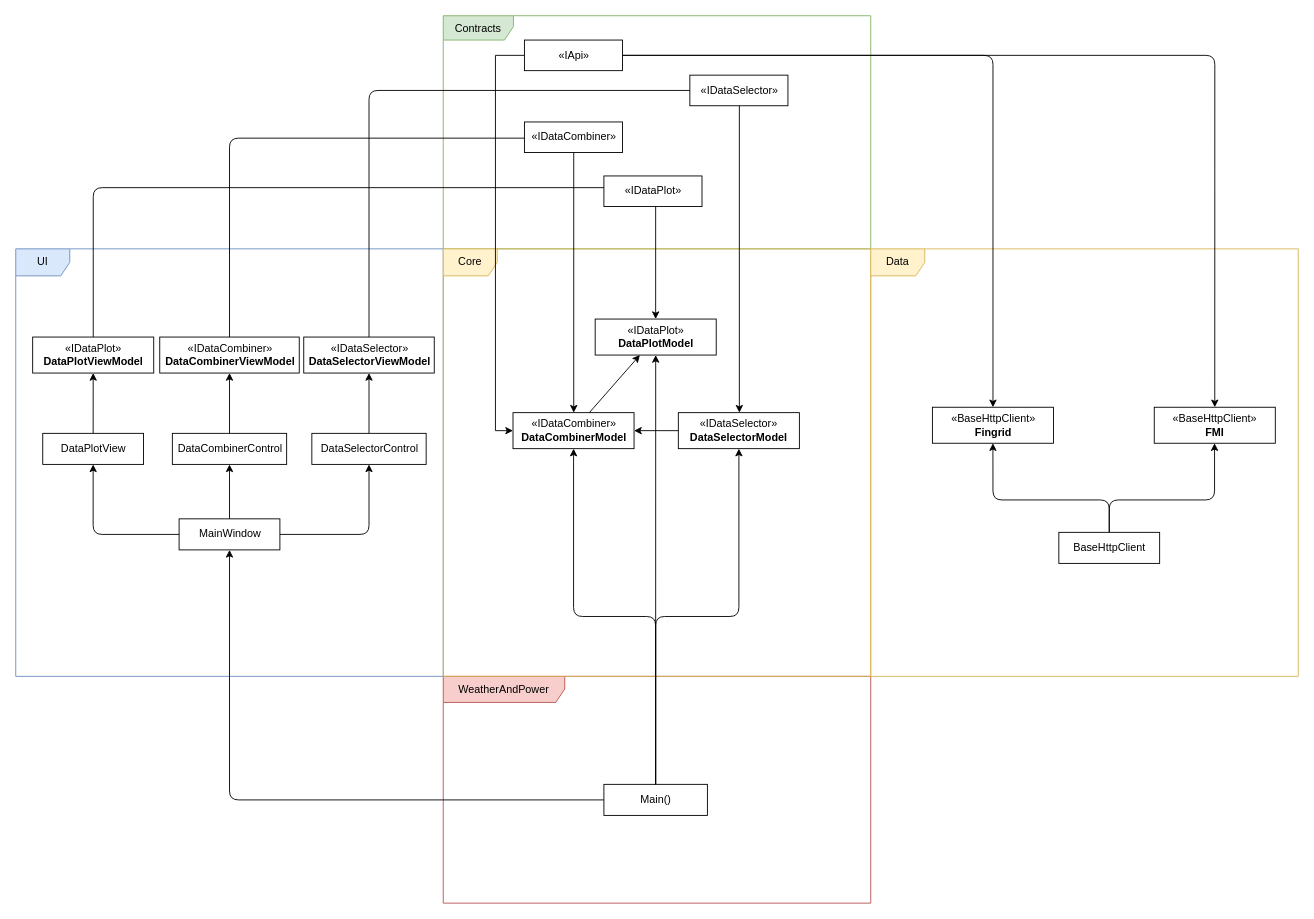
This is page "Page-2" (2 of 3) of WeatherAndPower/Documentation/diagrams.drawio from junjung929/WeatherAndPower, a draw.io file, before an edit. Source tidied: cells renumbered, new cells numbered last; positions are measured from the earlier drawing's top-left corner, leaving out a move shared by most shapes. Both pictures are drawn from the tidied source at 90%, with x=0, y=0 at pixel (15, 15).
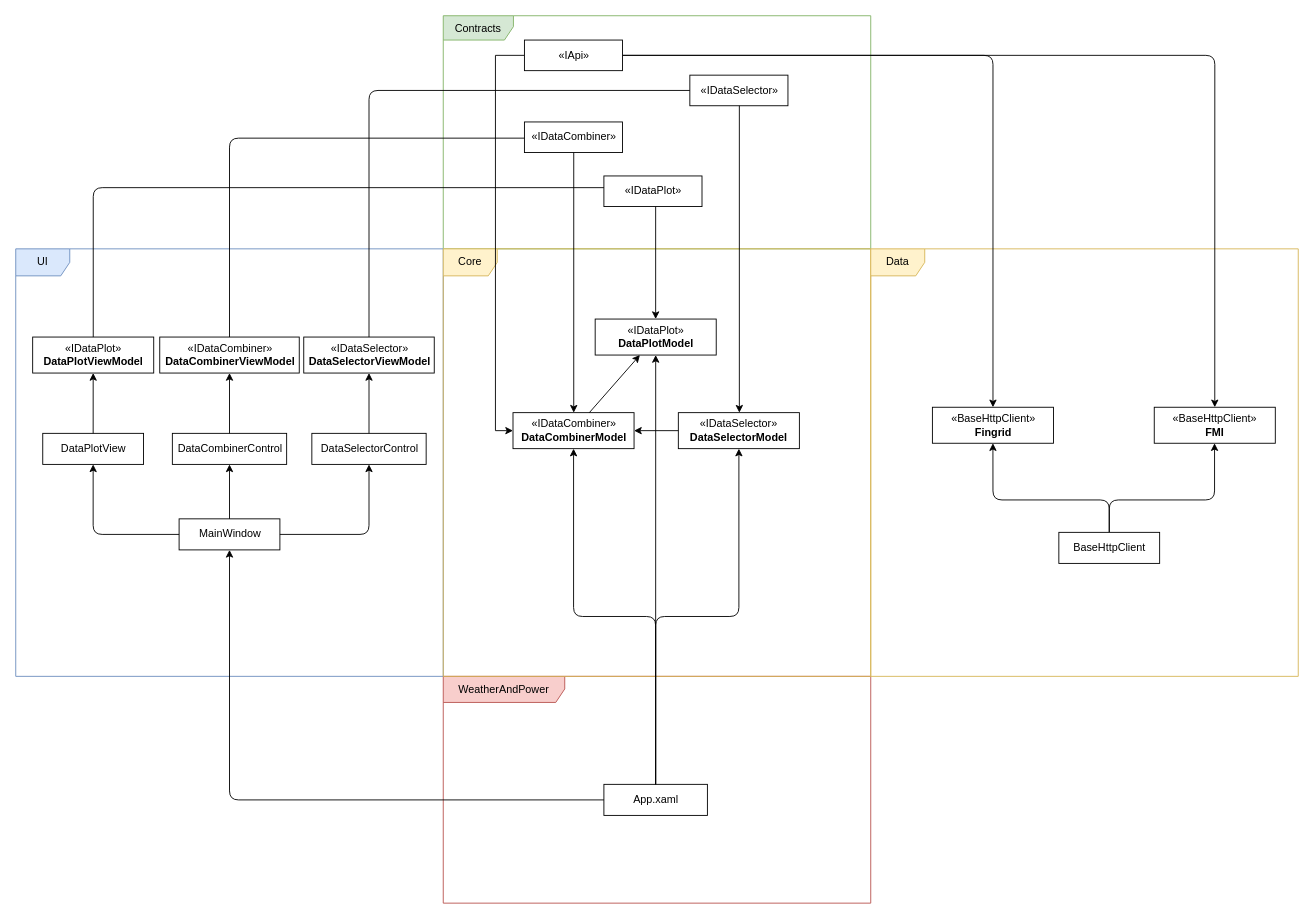
Above is the later version.

Diff of the diagram source:
```diff
@@
-    <mxCell id="6" value="Main()" style="html=1;" parent="1" vertex="1">
+    <mxCell id="6" value="App.xaml" style="html=1;" parent="1" vertex="1">
       <mxGeometry x="653.5" y="854" width="115" height="34.5" as="geometry" />
     </mxCell>
```
